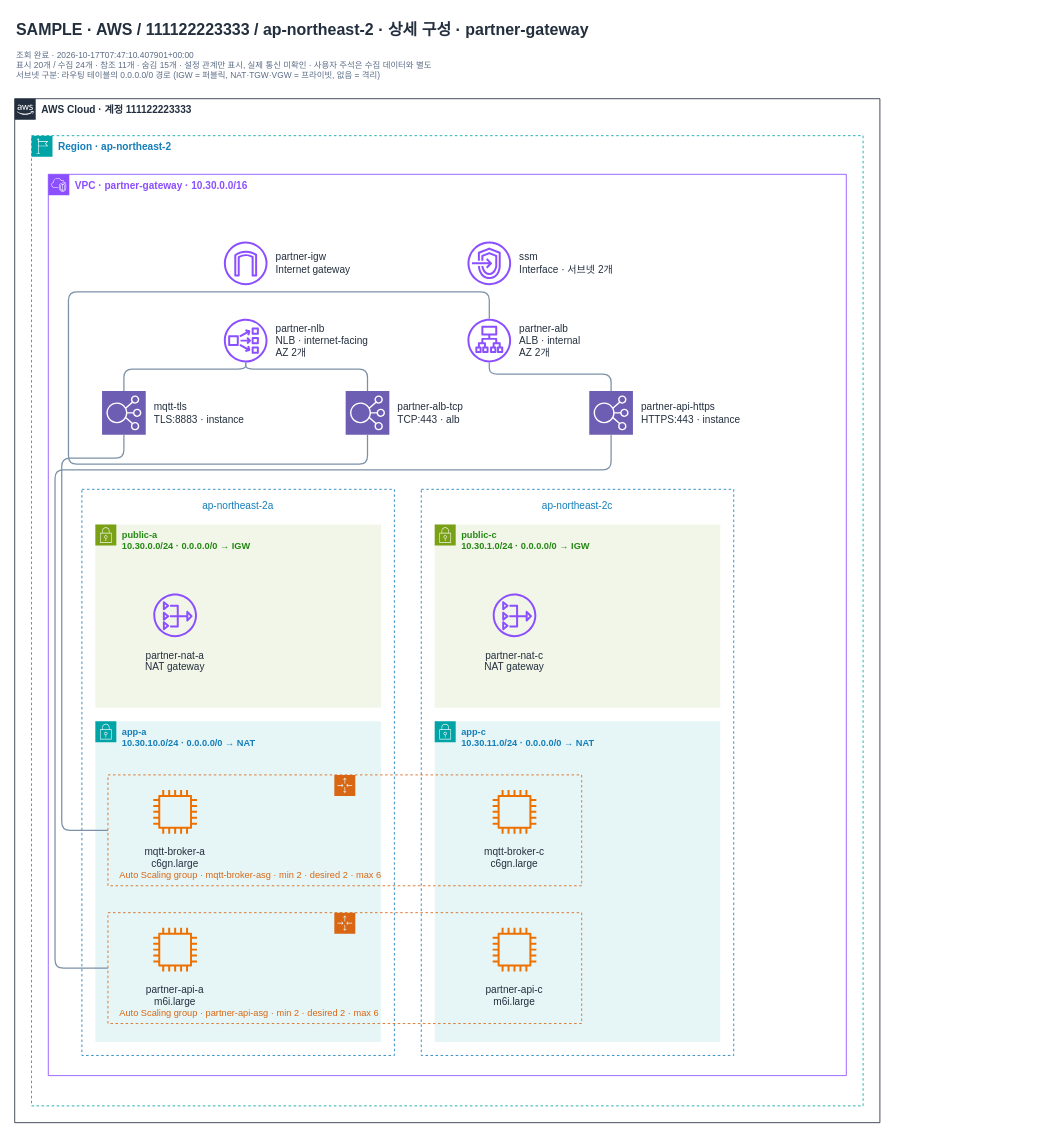
Earlier version of the draw.io diagram page "vpc-0a1b2c3d4e5f60003" (2 of 2) of examples/samples/nlb-alb/topology.drawio (men16922/diagram-bot). Source tidied: cells renumbered, new cells numbered last; positions are measured from the earlier drawing's top-left corner, leaving out a move shared by most shapes. Both pictures are drawn from the tidied source at 84%, with x=0, y=0 at pixel (14, 14).
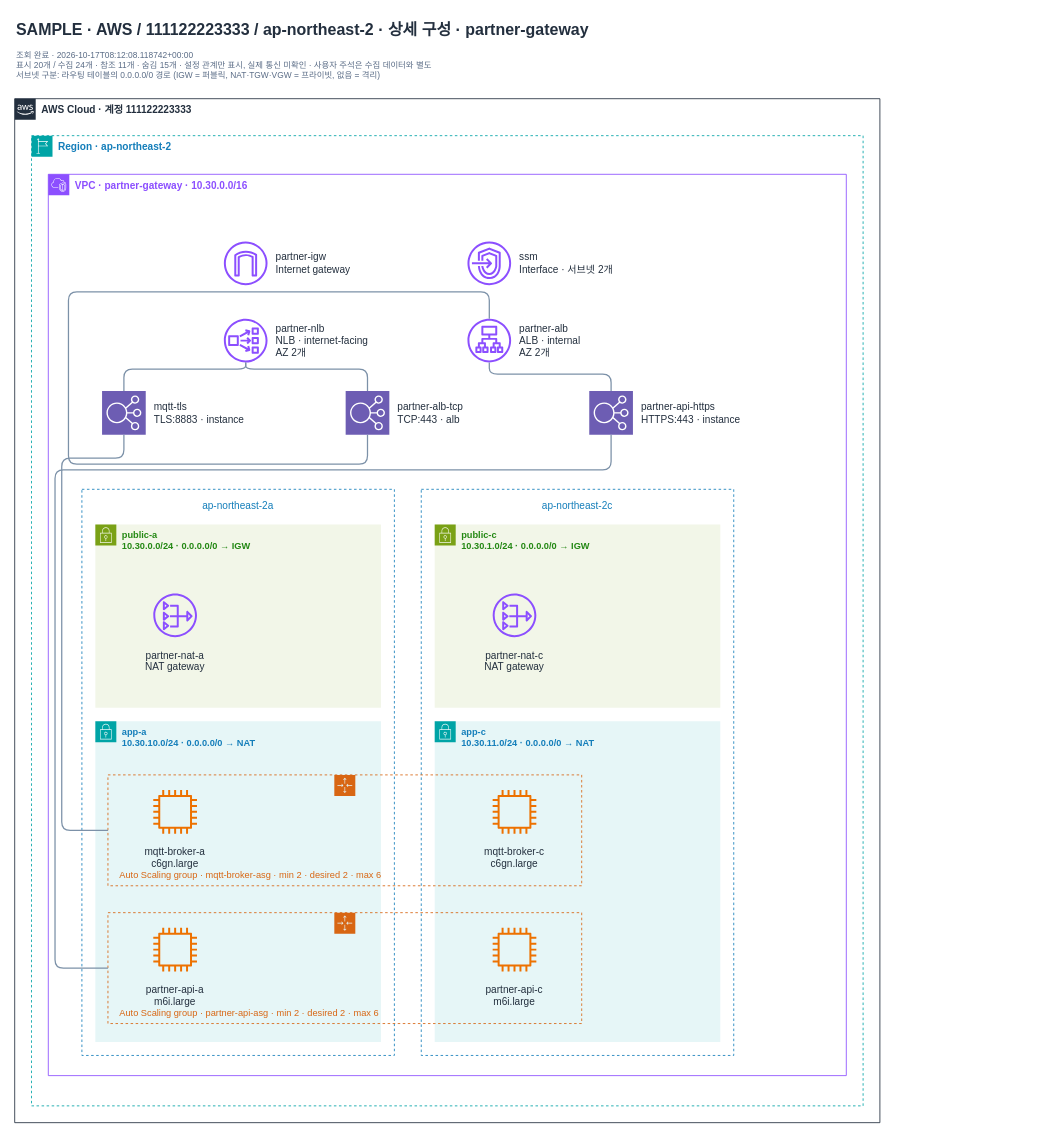
The same diagram, later.

Diff of the diagram source:
```diff
@@
-    <mxCell id="3" value="조회 완료 · 2026-10-17T07:47:10.407901+00:00&#10;표시 20개 / 수집 24개 · 참조 11개 · 숨김 15개 · 설정 관계만 표시, 실제 통신 미확인 · 사용자 주석은 수집 데이터와 별도&#10;서브넷 구분: 라우팅 테이블의 0.0.0.0/0 경로 (IGW = 퍼블릭, NAT·TGW·VGW = 프라이빗, 없음 = 격리)" style="html=0;fontFamily=Arial;fontSize=12;fontColor=#232F3E;text;align=left;verticalAlign=top;whiteSpace=wrap;fontSize=10;fontColor=#5A6C86;strokeColor=none;fillColor=none;" parent="1" vertex="1">
+    <mxCell id="3" value="조회 완료 · 2026-10-17T08:12:08.118742+00:00&#10;표시 20개 / 수집 24개 · 참조 11개 · 숨김 15개 · 설정 관계만 표시, 실제 통신 미확인 · 사용자 주석은 수집 데이터와 별도&#10;서브넷 구분: 라우팅 테이블의 0.0.0.0/0 경로 (IGW = 퍼블릭, NAT·TGW·VGW = 프라이빗, 없음 = 격리)" style="html=0;fontFamily=Arial;fontSize=12;fontColor=#232F3E;text;align=left;verticalAlign=top;whiteSpace=wrap;fontSize=10;fontColor=#5A6C86;strokeColor=none;fillColor=none;" parent="1" vertex="1">
       <mxGeometry y="36" width="960" height="42" as="geometry" />
     </mxCell>
```
